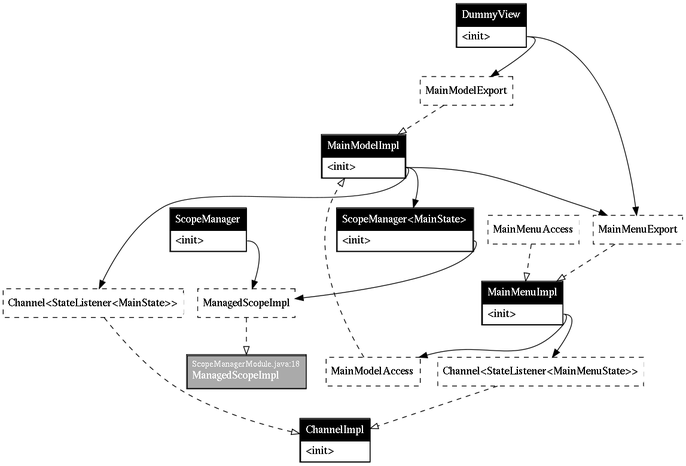
This is guice-graph.png from wabu/hank, a Graphviz export, as it was before one commit. Its source is kept beside it as guice-graph.dot.
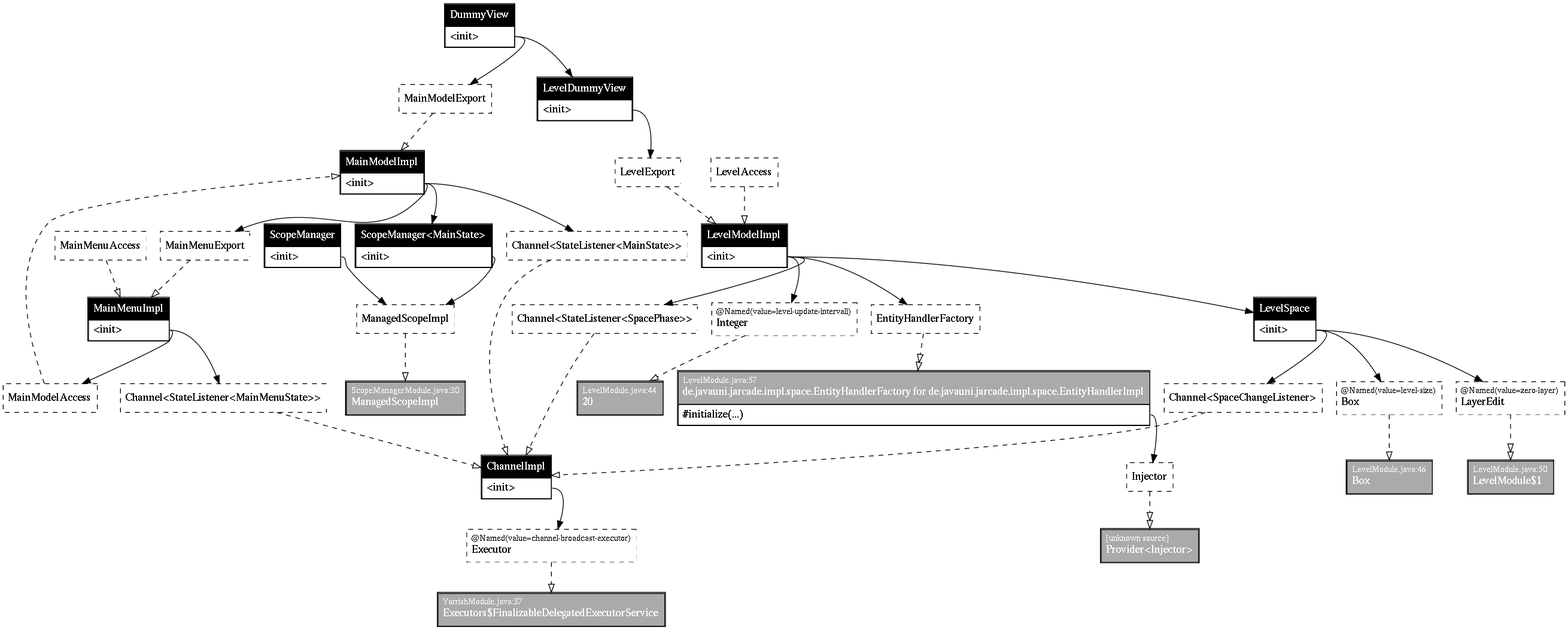
After the commit.

Commit message:
updated guicec graph

The edit, as a diff of the source:
```diff
@@ -1,33 +1,72 @@
 digraph injector {
 graph [rankdir=TB];
-k_58f8fb9 [style=dashed, margin=0.02,0, label=<<table cellspacing="0" cellpadding="5" cellborder="0" border="0"><tr><td align="left" port="header" bgcolor="#ffffff"><font color="#000000">ManagedScopeImpl<br align="left"/></font></td></tr></table>>, shape=box]
-i_58f8fb9 [style=solid, margin=0.02,0, label=<<table cellspacing="0" cellpadding="5" cellborder="1" border="0"><tr><td align="left" port="header" bgcolor="#aaaaaa"><font color="#ffffff" point-size="10">ScopeManagerModule.java:18<br align="left"/></font><font color="#ffffff">ManagedScopeImpl<br align="left"/></font></td></tr></table>>, shape=box]
-k_3b026b9 [style=solid, margin=0.02,0, label=<<table cellspacing="0" cellpadding="5" cellborder="1" border="0"><tr><td align="left" port="header" bgcolor="#000000"><font color="#ffffff">ScopeManager<br align="left"/></font></td></tr><tr><td align="left" port="m_4acb40d4">&lt;init&gt;</td></tr></table>>, shape=box]
-k_3410244e [style=dashed, margin=0.02,0, label=<<table cellspacing="0" cellpadding="5" cellborder="0" border="0"><tr><td align="left" port="header" bgcolor="#ffffff"><font color="#000000">MainModelAccess<br align="left"/></font></td></tr></table>>, shape=box]
-k_29be4989 [style=dashed, margin=0.02,0, label=<<table cellspacing="0" cellpadding="5" cellborder="0" border="0"><tr><td align="left" port="header" bgcolor="#ffffff"><font color="#000000">MainModelExport<br align="left"/></font></td></tr></table>>, shape=box]
-k_18402c76 [style=dashed, margin=0.02,0, label=<<table cellspacing="0" cellpadding="5" cellborder="0" border="0"><tr><td align="left" port="header" bgcolor="#ffffff"><font color="#000000">MainMenuAccess<br align="left"/></font></td></tr></table>>, shape=box]
-k_dc67aef [style=dashed, margin=0.02,0, label=<<table cellspacing="0" cellpadding="5" cellborder="0" border="0"><tr><td align="left" port="header" bgcolor="#ffffff"><font color="#000000">MainMenuExport<br align="left"/></font></td></tr></table>>, shape=box]
-k_947ecd [style=solid, margin=0.02,0, label=<<table cellspacing="0" cellpadding="5" cellborder="1" border="0"><tr><td align="left" port="header" bgcolor="#000000"><font color="#ffffff">DummyView<br align="left"/></font></td></tr><tr><td align="left" port="m_9608a969">&lt;init&gt;</td></tr></table>>, shape=box]
-k_2b6dc950 [style=solid, margin=0.02,0, label=<<table cellspacing="0" cellpadding="5" cellborder="1" border="0"><tr><td align="left" port="header" bgcolor="#000000"><font color="#ffffff">MainModelImpl<br align="left"/></font></td></tr><tr><td align="left" port="m_9fdd8e65">&lt;init&gt;</td></tr></table>>, shape=box]
-k_6be8f89 [style=solid, margin=0.02,0, label=<<table cellspacing="0" cellpadding="5" cellborder="1" border="0"><tr><td align="left" port="header" bgcolor="#000000"><font color="#ffffff">MainMenuImpl<br align="left"/></font></td></tr><tr><td align="left" port="m_8b31993d">&lt;init&gt;</td></tr></table>>, shape=box]
-k_14b6f569 [style=solid, margin=0.02,0, label=<<table cellspacing="0" cellpadding="5" cellborder="1" border="0"><tr><td align="left" port="header" bgcolor="#000000"><font color="#ffffff">ScopeManager&lt;MainState&gt;<br align="left"/></font></td></tr><tr><td align="left" port="m_4acb40d4">&lt;init&gt;</td></tr></table>>, shape=box]
-k_2d246a56 [style=dashed, margin=0.02,0, label=<<table cellspacing="0" cellpadding="5" cellborder="0" border="0"><tr><td align="left" port="header" bgcolor="#ffffff"><font color="#000000">Channel&lt;StateListener&lt;MainState&gt;&gt;<br align="left"/></font></td></tr></table>>, shape=box]
-k_1c775b02 [style=dashed, margin=0.02,0, label=<<table cellspacing="0" cellpadding="5" cellborder="0" border="0"><tr><td align="left" port="header" bgcolor="#ffffff"><font color="#000000">Channel&lt;StateListener&lt;MainMenuState&gt;&gt;<br align="left"/></font></td></tr></table>>, shape=box]
-k_2433c6d0 [style=solid, margin=0.02,0, label=<<table cellspacing="0" cellpadding="5" cellborder="1" border="0"><tr><td align="left" port="header" bgcolor="#000000"><font color="#ffffff">ChannelImpl<br align="left"/></font></td></tr><tr><td align="left" port="m_fb06ecce">&lt;init&gt;</td></tr></table>>, shape=box]
-k_58f8fb9 -> i_58f8fb9 [style=dashed, arrowtail=none, arrowhead=onormal]
-k_3b026b9:m_4acb40d4:e -> k_58f8fb9 [style=solid, arrowtail=none, arrowhead=normal]
-k_3410244e -> k_2b6dc950 [style=dashed, arrowtail=none, arrowhead=onormal]
-k_29be4989 -> k_2b6dc950 [style=dashed, arrowtail=none, arrowhead=onormal]
-k_18402c76 -> k_6be8f89 [style=dashed, arrowtail=none, arrowhead=onormal]
-k_dc67aef -> k_6be8f89 [style=dashed, arrowtail=none, arrowhead=onormal]
-k_947ecd:m_9608a969:e -> k_29be4989 [style=solid, arrowtail=none, arrowhead=normal]
-k_947ecd:m_9608a969:e -> k_dc67aef [style=solid, arrowtail=none, arrowhead=normal]
-k_2b6dc950:m_9fdd8e65:e -> k_2d246a56 [style=solid, arrowtail=none, arrowhead=normal]
-k_2b6dc950:m_9fdd8e65:e -> k_14b6f569 [style=solid, arrowtail=none, arrowhead=normal]
-k_2b6dc950:m_9fdd8e65:e -> k_dc67aef [style=solid, arrowtail=none, arrowhead=normal]
-k_6be8f89:m_8b31993d:e -> k_1c775b02 [style=solid, arrowtail=none, arrowhead=normal]
-k_6be8f89:m_8b31993d:e -> k_3410244e [style=solid, arrowtail=none, arrowhead=normal]
-k_14b6f569:m_4acb40d4:e -> k_58f8fb9 [style=solid, arrowtail=none, arrowhead=normal]
-k_2d246a56 -> k_2433c6d0 [style=dashed, arrowtail=none, arrowhead=onormal]
-k_1c775b02 -> k_2433c6d0 [style=dashed, arrowtail=none, arrowhead=onormal]
+k_e41baec1 [style=dashed, margin=0.02,0, label=<<table cellspacing="0" cellpadding="5" cellborder="0" border="0"><tr><td align="left" port="header" bgcolor="#ffffff"><font color="#000000" point-size="10">@Named(value=channel-broadcast-executor)<br align="left"/></font><font color="#000000">Executor<br align="left"/></font></td></tr></table>>, shape=box]
+i_e41baec1 [style=normal, margin=0.02,0, label=<<table cellspacing="0" cellpadding="5" cellborder="1" border="0"><tr><td align="left" port="header" bgcolor="#aaaaaa"><font color="#ffffff" point-size="10">YarrishModule.java:37<br align="left"/></font><font color="#ffffff">Executors$FinalizableDelegatedExecutorService<br align="left"/></font></td></tr></table>>, shape=box]
+k_2c7cb6fd [style=dashed, margin=0.02,0, label=<<table cellspacing="0" cellpadding="5" cellborder="0" border="0"><tr><td align="left" port="header" bgcolor="#ffffff"><font color="#000000">ManagedScopeImpl<br align="left"/></font></td></tr></table>>, shape=box]
+i_2c7cb6fd [style=normal, margin=0.02,0, label=<<table cellspacing="0" cellpadding="5" cellborder="1" border="0"><tr><td align="left" port="header" bgcolor="#aaaaaa"><font color="#ffffff" point-size="10">ScopeManagerModule.java:30<br align="left"/></font><font color="#ffffff">ManagedScopeImpl<br align="left"/></font></td></tr></table>>, shape=box]
+k_2b84bf39 [style=normal, margin=0.02,0, label=<<table cellspacing="0" cellpadding="5" cellborder="1" border="0"><tr><td align="left" port="header" bgcolor="#000000"><font color="#ffffff">ScopeManager<br align="left"/></font></td></tr><tr><td align="left" port="m_4acb40d4">&lt;init&gt;</td></tr></table>>, shape=box]
+k_29b479f3 [style=dashed, margin=0.02,0, label=<<table cellspacing="0" cellpadding="5" cellborder="0" border="0"><tr><td align="left" port="header" bgcolor="#ffffff"><font color="#000000">MainModelAccess<br align="left"/></font></td></tr></table>>, shape=box]
+k_3cdee245 [style=dashed, margin=0.02,0, label=<<table cellspacing="0" cellpadding="5" cellborder="0" border="0"><tr><td align="left" port="header" bgcolor="#ffffff"><font color="#000000">MainModelExport<br align="left"/></font></td></tr></table>>, shape=box]
+k_ffbc1bd [style=dashed, margin=0.02,0, label=<<table cellspacing="0" cellpadding="5" cellborder="0" border="0"><tr><td align="left" port="header" bgcolor="#ffffff"><font color="#000000">MainMenuAccess<br align="left"/></font></td></tr></table>>, shape=box]
+k_69d5173 [style=dashed, margin=0.02,0, label=<<table cellspacing="0" cellpadding="5" cellborder="0" border="0"><tr><td align="left" port="header" bgcolor="#ffffff"><font color="#000000">MainMenuExport<br align="left"/></font></td></tr></table>>, shape=box]
+k_172022be [style=dashed, margin=0.02,0, label=<<table cellspacing="0" cellpadding="5" cellborder="0" border="0"><tr><td align="left" port="header" bgcolor="#ffffff"><font color="#000000">LevelAccess<br align="left"/></font></td></tr></table>>, shape=box]
+k_2ced037e [style=dashed, margin=0.02,0, label=<<table cellspacing="0" cellpadding="5" cellborder="0" border="0"><tr><td align="left" port="header" bgcolor="#ffffff"><font color="#000000">LevelExport<br align="left"/></font></td></tr></table>>, shape=box]
+k_7ce8c492 [style=dashed, margin=0.02,0, label=<<table cellspacing="0" cellpadding="5" cellborder="0" border="0"><tr><td align="left" port="header" bgcolor="#ffffff"><font color="#000000" point-size="10">@Named(value=level-update-intervall)<br align="left"/></font><font color="#000000">Integer<br align="left"/></font></td></tr></table>>, shape=box]
+i_7ce8c492 [style=normal, margin=0.02,0, label=<<table cellspacing="0" cellpadding="5" cellborder="1" border="0"><tr><td align="left" port="header" bgcolor="#aaaaaa"><font color="#ffffff" point-size="10">LevelModule.java:44<br align="left"/></font><font color="#ffffff">20<br align="left"/></font></td></tr></table>>, shape=box]
+k_66006fe4 [style=dashed, margin=0.02,0, label=<<table cellspacing="0" cellpadding="5" cellborder="0" border="0"><tr><td align="left" port="header" bgcolor="#ffffff"><font color="#000000" point-size="10">@Named(value=level-size)<br align="left"/></font><font color="#000000">Box<br align="left"/></font></td></tr></table>>, shape=box]
+i_66006fe4 [style=normal, margin=0.02,0, label=<<table cellspacing="0" cellpadding="5" cellborder="1" border="0"><tr><td align="left" port="header" bgcolor="#aaaaaa"><font color="#ffffff" point-size="10">LevelModule.java:46<br align="left"/></font><font color="#ffffff">Box<br align="left"/></font></td></tr></table>>, shape=box]
+k_51daa520 [style=dashed, margin=0.02,0, label=<<table cellspacing="0" cellpadding="5" cellborder="0" border="0"><tr><td align="left" port="header" bgcolor="#ffffff"><font color="#000000" point-size="10">@Named(value=zero-layer)<br align="left"/></font><font color="#000000">LayerEdit<br align="left"/></font></td></tr></table>>, shape=box]
+i_51daa520 [style=normal, margin=0.02,0, label=<<table cellspacing="0" cellpadding="5" cellborder="1" border="0"><tr><td align="left" port="header" bgcolor="#aaaaaa"><font color="#ffffff" point-size="10">LevelModule.java:50<br align="left"/></font><font color="#ffffff">LevelModule$1<br align="left"/></font></td></tr></table>>, shape=box]
+k_d9e1f3c [style=dashed, margin=0.02,0, label=<<table cellspacing="0" cellpadding="5" cellborder="0" border="0"><tr><td align="left" port="header" bgcolor="#ffffff"><font color="#000000">EntityHandlerFactory<br align="left"/></font></td></tr></table>>, shape=box]
+i_d9e1f3c [style=normal, margin=0.02,0, label=<<table cellspacing="0" cellpadding="5" cellborder="1" border="0"><tr><td align="left" port="header" bgcolor="#aaaaaa"><font color="#ffffff" point-size="10">LevelModule.java:57<br align="left"/></font><font color="#ffffff">de.javauni.jarcade.impl.space.EntityHandlerFactory for de.javauni.jarcade.impl.space.EntityHandlerImpl<br align="left"/></font></td></tr><tr><td align="left" port="m_ae263d47">#initialize(...)</td></tr></table>>, shape=box]
+k_7f70fe6 [style=normal, margin=0.02,0, label=<<table cellspacing="0" cellpadding="5" cellborder="1" border="0"><tr><td align="left" port="header" bgcolor="#000000"><font color="#ffffff">DummyView<br align="left"/></font></td></tr><tr><td align="left" port="m_9608a969">&lt;init&gt;</td></tr></table>>, shape=box]
+k_259b17b4 [style=normal, margin=0.02,0, label=<<table cellspacing="0" cellpadding="5" cellborder="1" border="0"><tr><td align="left" port="header" bgcolor="#000000"><font color="#ffffff">LevelDummyView<br align="left"/></font></td></tr><tr><td align="left" port="m_70f3abcd">&lt;init&gt;</td></tr></table>>, shape=box]
+k_13db7136 [style=normal, margin=0.02,0, label=<<table cellspacing="0" cellpadding="5" cellborder="1" border="0"><tr><td align="left" port="header" bgcolor="#000000"><font color="#ffffff">MainModelImpl<br align="left"/></font></td></tr><tr><td align="left" port="m_9fdd8e65">&lt;init&gt;</td></tr></table>>, shape=box]
+k_170c7047 [style=normal, margin=0.02,0, label=<<table cellspacing="0" cellpadding="5" cellborder="1" border="0"><tr><td align="left" port="header" bgcolor="#000000"><font color="#ffffff">MainMenuImpl<br align="left"/></font></td></tr><tr><td align="left" port="m_8b31993d">&lt;init&gt;</td></tr></table>>, shape=box]
+k_11bc2ff2 [style=normal, margin=0.02,0, label=<<table cellspacing="0" cellpadding="5" cellborder="1" border="0"><tr><td align="left" port="header" bgcolor="#000000"><font color="#ffffff">LevelModelImpl<br align="left"/></font></td></tr><tr><td align="left" port="m_acec99d9">&lt;init&gt;</td></tr></table>>, shape=box]
+k_3d225c0 [style=dashed, margin=0.02,0, label=<<table cellspacing="0" cellpadding="5" cellborder="0" border="0"><tr><td align="left" port="header" bgcolor="#ffffff"><font color="#000000">Injector<br align="left"/></font></td></tr></table>>, shape=box]
+i_3d225c0 [style=normal, margin=0.02,0, label=<<table cellspacing="0" cellpadding="5" cellborder="1" border="0"><tr><td align="left" port="header" bgcolor="#aaaaaa"><font color="#ffffff" point-size="10">[unknown source]<br align="left"/></font><font color="#ffffff">Provider&lt;Injector&gt;<br align="left"/></font></td></tr></table>>, shape=box]
+k_2e39bdce [style=normal, margin=0.02,0, label=<<table cellspacing="0" cellpadding="5" cellborder="1" border="0"><tr><td align="left" port="header" bgcolor="#000000"><font color="#ffffff">ScopeManager&lt;MainState&gt;<br align="left"/></font></td></tr><tr><td align="left" port="m_4acb40d4">&lt;init&gt;</td></tr></table>>, shape=box]
+k_2bdf4663 [style=dashed, margin=0.02,0, label=<<table cellspacing="0" cellpadding="5" cellborder="0" border="0"><tr><td align="left" port="header" bgcolor="#ffffff"><font color="#000000">Channel&lt;StateListener&lt;MainState&gt;&gt;<br align="left"/></font></td></tr></table>>, shape=box]
+k_351bb694 [style=dashed, margin=0.02,0, label=<<table cellspacing="0" cellpadding="5" cellborder="0" border="0"><tr><td align="left" port="header" bgcolor="#ffffff"><font color="#000000">Channel&lt;StateListener&lt;MainMenuState&gt;&gt;<br align="left"/></font></td></tr></table>>, shape=box]
+k_1ae36b62 [style=dashed, margin=0.02,0, label=<<table cellspacing="0" cellpadding="5" cellborder="0" border="0"><tr><td align="left" port="header" bgcolor="#ffffff"><font color="#000000">Channel&lt;StateListener&lt;SpacePhase&gt;&gt;<br align="left"/></font></td></tr></table>>, shape=box]
+k_14c91ca5 [style=normal, margin=0.02,0, label=<<table cellspacing="0" cellpadding="5" cellborder="1" border="0"><tr><td align="left" port="header" bgcolor="#000000"><font color="#ffffff">LevelSpace<br align="left"/></font></td></tr><tr><td align="left" port="m_b3a6df6">&lt;init&gt;</td></tr></table>>, shape=box]
+k_318db07 [style=normal, margin=0.02,0, label=<<table cellspacing="0" cellpadding="5" cellborder="1" border="0"><tr><td align="left" port="header" bgcolor="#000000"><font color="#ffffff">ChannelImpl<br align="left"/></font></td></tr><tr><td align="left" port="m_fb06ecce">&lt;init&gt;</td></tr></table>>, shape=box]
+k_107648e5 [style=dashed, margin=0.02,0, label=<<table cellspacing="0" cellpadding="5" cellborder="0" border="0"><tr><td align="left" port="header" bgcolor="#ffffff"><font color="#000000">Channel&lt;SpaceChangeListener&gt;<br align="left"/></font></td></tr></table>>, shape=box]
+k_e41baec1 -> i_e41baec1 [style=dashed, arrowtail=none, arrowhead=onormal]
+k_2c7cb6fd -> i_2c7cb6fd [style=dashed, arrowtail=none, arrowhead=onormal]
+k_2b84bf39:m_4acb40d4:e -> k_2c7cb6fd [style=solid, arrowtail=none, arrowhead=normal]
+k_29b479f3 -> k_13db7136 [style=dashed, arrowtail=none, arrowhead=onormal]
+k_3cdee245 -> k_13db7136 [style=dashed, arrowtail=none, arrowhead=onormal]
+k_ffbc1bd -> k_170c7047 [style=dashed, arrowtail=none, arrowhead=onormal]
+k_69d5173 -> k_170c7047 [style=dashed, arrowtail=none, arrowhead=onormal]
+k_172022be -> k_11bc2ff2 [style=dashed, arrowtail=none, arrowhead=onormal]
+k_2ced037e -> k_11bc2ff2 [style=dashed, arrowtail=none, arrowhead=onormal]
+k_7ce8c492 -> i_7ce8c492 [style=dashed, arrowtail=none, arrowhead=onormal]
+k_66006fe4 -> i_66006fe4 [style=dashed, arrowtail=none, arrowhead=onormal]
+k_51daa520 -> i_51daa520 [style=dashed, arrowtail=none, arrowhead=onormalonormal]
+k_d9e1f3c -> i_d9e1f3c [style=dashed, arrowtail=none, arrowhead=onormalonormal]
+i_d9e1f3c:m_ae263d47:e -> k_3d225c0 [style=solid, arrowtail=none, arrowhead=normal]
+k_7f70fe6:m_9608a969:e -> k_3cdee245 [style=solid, arrowtail=none, arrowhead=normal]
+k_7f70fe6:m_9608a969:e -> k_259b17b4 [style=solid, arrowtail=none, arrowhead=normal]
+k_259b17b4:m_70f3abcd:e -> k_2ced037e [style=solid, arrowtail=none, arrowhead=normal]
+k_13db7136:m_9fdd8e65:e -> k_2bdf4663 [style=solid, arrowtail=none, arrowhead=normal]
+k_13db7136:m_9fdd8e65:e -> k_2e39bdce [style=solid, arrowtail=none, arrowhead=normal]
+k_13db7136:m_9fdd8e65:e -> k_69d5173 [style=solid, arrowtail=none, arrowhead=normal]
+k_170c7047:m_8b31993d:e -> k_351bb694 [style=solid, arrowtail=none, arrowhead=normal]
+k_170c7047:m_8b31993d:e -> k_29b479f3 [style=solid, arrowtail=none, arrowhead=normal]
+k_11bc2ff2:m_acec99d9:e -> k_1ae36b62 [style=solid, arrowtail=none, arrowhead=normal]
+k_11bc2ff2:m_acec99d9:e -> k_d9e1f3c [style=solid, arrowtail=none, arrowhead=normal]
+k_11bc2ff2:m_acec99d9:e -> k_14c91ca5 [style=solid, arrowtail=none, arrowhead=normal]
+k_11bc2ff2:m_acec99d9:e -> k_7ce8c492 [style=solid, arrowtail=none, arrowhead=normal]
+k_3d225c0 -> i_3d225c0 [style=dashed, arrowtail=none, arrowhead=onormalonormal]
+k_2e39bdce:m_4acb40d4:e -> k_2c7cb6fd [style=solid, arrowtail=none, arrowhead=normal]
+k_2bdf4663 -> k_318db07 [style=dashed, arrowtail=none, arrowhead=onormal]
+k_351bb694 -> k_318db07 [style=dashed, arrowtail=none, arrowhead=onormal]
+k_1ae36b62 -> k_318db07 [style=dashed, arrowtail=none, arrowhead=onormal]
+k_14c91ca5:m_b3a6df6:e -> k_107648e5 [style=solid, arrowtail=none, arrowhead=normal]
+k_14c91ca5:m_b3a6df6:e -> k_66006fe4 [style=solid, arrowtail=none, arrowhead=normal]
+k_14c91ca5:m_b3a6df6:e -> k_51daa520 [style=solid, arrowtail=none, arrowhead=normal]
+k_318db07:m_fb06ecce:e -> k_e41baec1 [style=solid, arrowtail=none, arrowhead=normal]
+k_107648e5 -> k_318db07 [style=dashed, arrowtail=none, arrowhead=onormal]
 }
```
